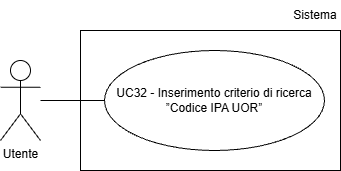
Earlier version of the draw.io export assets/Use_Case_Diagrams/UC32.png (Team-Three-Technologies/Documenti). Source tidied: cells renumbered, new cells last; positions are measured from the earlier drawing's top-left corner, leaving out a move shared by most shapes.
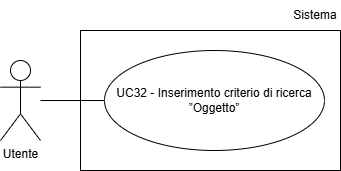
The same diagram one commit later.

Diff of the diagram source:
```diff
@@ -5,14 +5,14 @@
     <mxCell id="2" value="Utente" style="shape=umlActor;verticalLabelPosition=bottom;verticalAlign=top;html=1;" parent="1" vertex="1">
       <mxGeometry y="60" width="40" height="80" as="geometry" />
     </mxCell>
-    <mxCell id="3" value="UC32 - Inserimento criterio di ricerca ”Codice IPA UOR”" style="ellipse;whiteSpace=wrap;html=1;align=center;" parent="1" vertex="1">
-      <mxGeometry x="104" y="50" width="220" height="100" as="geometry" />
-    </mxCell>
-    <mxCell id="4" style="endArrow=none;html=1;rounded=0;entryX=0;entryY=0.5;entryDx=0;entryDy=0;" parent="1" edge="1" target="3">
-      <mxGeometry relative="1" as="geometry">
-        <mxPoint x="40" y="100" as="sourcePoint" />
-      </mxGeometry>
-    </mxCell>
+    <mxCell id="7" value="UC32 - Inserimento criterio di ricerca ”Oggetto”" style="ellipse;whiteSpace=wrap;html=1;align=center;" parent="1" vertex="1">
+      <mxGeometry x="104" y="50" width="220" height="100" as="geometry" />
+    </mxCell>
+    <mxCell id="8" style="endArrow=none;html=1;rounded=0;entryX=0;entryY=0.5;entryDx=0;entryDy=0;" parent="1" edge="1" target="7">
+      <mxGeometry relative="1" as="geometry">
+        <mxPoint x="40" y="100" as="sourcePoint" />
+      </mxGeometry>
+    </mxCell>
     <mxCell id="5" style="rounded=0;whiteSpace=wrap;html=1;fillColor=none;" parent="1" vertex="1">
       <mxGeometry x="80" y="30" width="260" height="140" as="geometry" />
     </mxCell>
```
